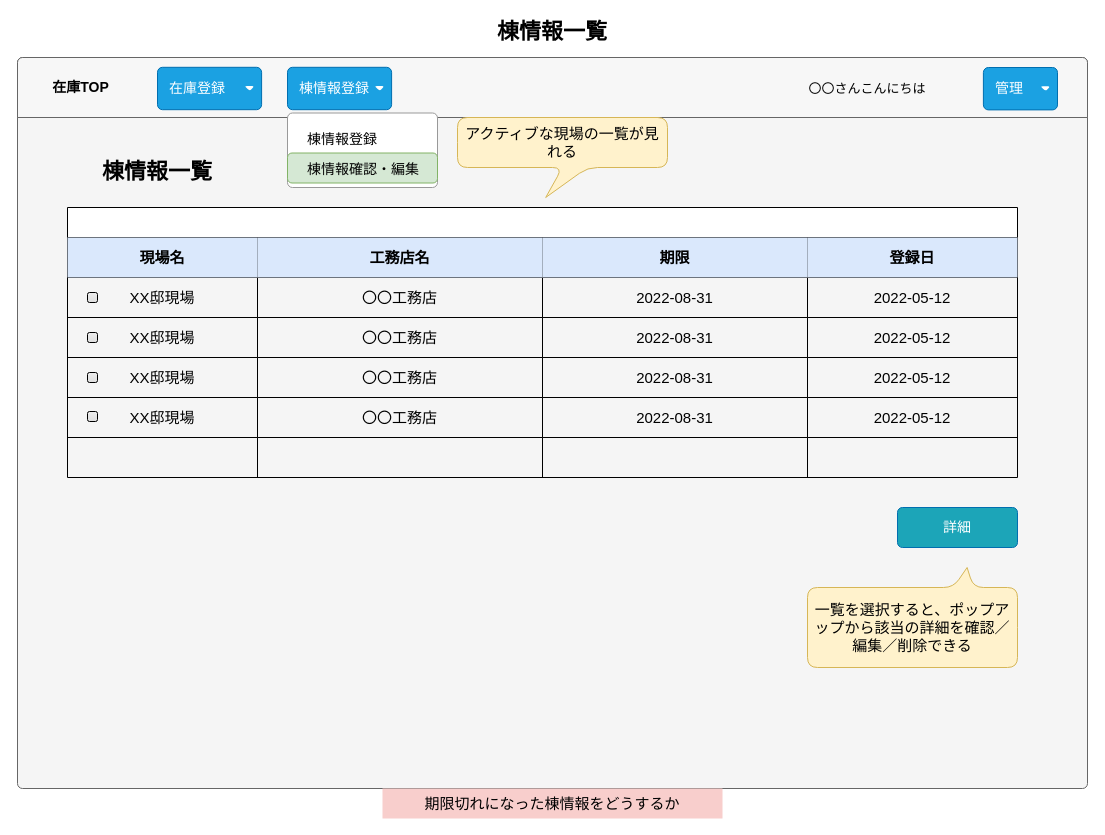
sutefu23/yame-supply keeps this draw.io diagram as page "棟情報一覧" (7 of 9) of document/4.画面設計.dio. Above is the earlier version. Source tidied: cells renumbered, new cells numbered last; positions are measured from the earlier drawing's top-left corner, leaving out a move shared by most shapes. Both pictures are drawn from the tidied source at 100%, with x=0, y=0 at pixel (17, 17).
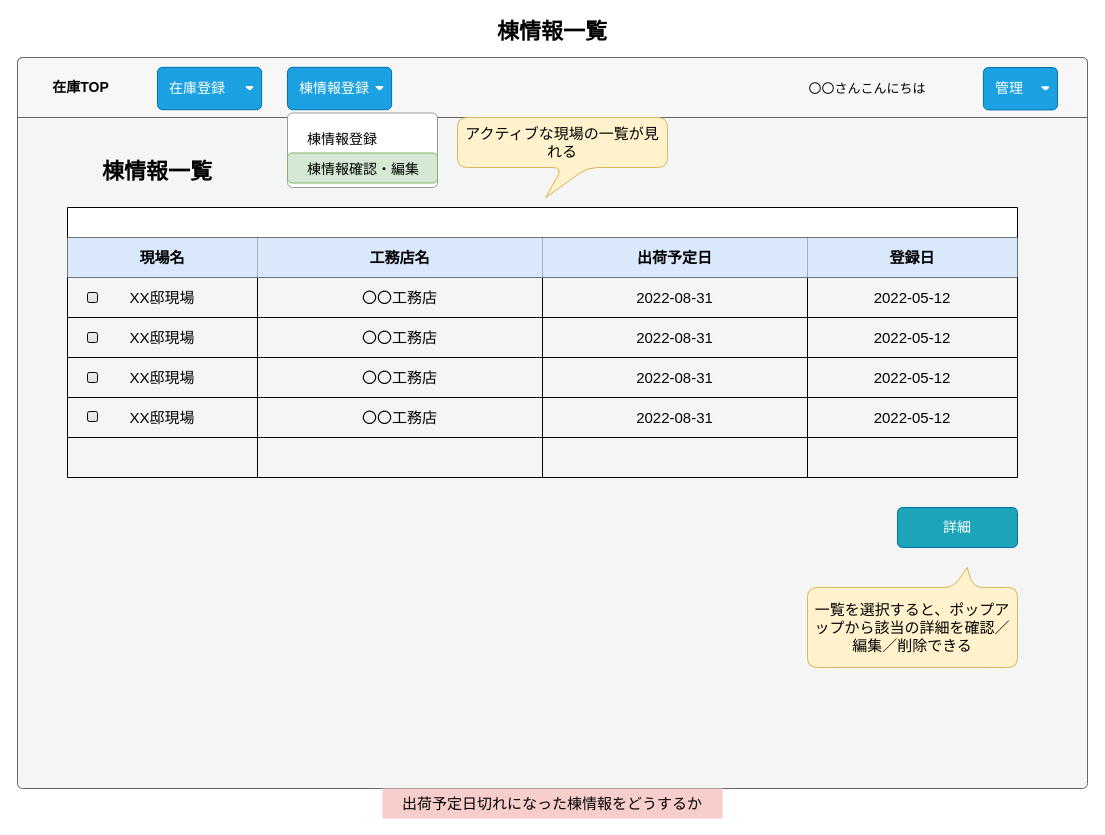
The same diagram, later.

Unchanged cells that the change refers to:
```xml
<mxCell id="9" style="shape=partialRectangle;html=1;whiteSpace=wrap;fillColor=none;top=0;left=0;bottom=0;right=0;" parent="8" vertex="1">
  <mxGeometry y="30" width="950" height="40" as="geometry" />
</mxCell>
```

Diff of the diagram source:
```diff
@@
-    <mxCell id="12" value="期限" style="shape=partialRectangle;html=1;whiteSpace=wrap;fillColor=#dae8fc;top=0;left=0;bottom=0;right=0;overflow=hidden;labelBorderColor=none;fontSize=15;strokeColor=#6c8ebf;fontStyle=1;" parent="9" vertex="1">
+    <mxCell id="12" value="出荷予定日" style="shape=partialRectangle;html=1;whiteSpace=wrap;fillColor=#dae8fc;top=0;left=0;bottom=0;right=0;overflow=hidden;labelBorderColor=none;fontSize=15;strokeColor=#6c8ebf;fontStyle=1;" parent="9" vertex="1">
       <mxGeometry x="475" width="265" height="40" as="geometry" />
     </mxCell>
@@
-    <mxCell id="60" value="期限切れになった棟情報をどうするか" style="text;html=1;strokeColor=none;fillColor=#f8cecc;align=center;verticalAlign=middle;whiteSpace=wrap;rounded=0;labelBorderColor=none;fontSize=15;" parent="1" vertex="1">
+    <mxCell id="60" value="出荷予定日切れになった棟情報をどうするか" style="text;html=1;strokeColor=none;fillColor=#f8cecc;align=center;verticalAlign=middle;whiteSpace=wrap;rounded=0;labelBorderColor=none;fontSize=15;" parent="1" vertex="1">
       <mxGeometry x="365" y="771" width="340" height="30" as="geometry" />
     </mxCell>
```
